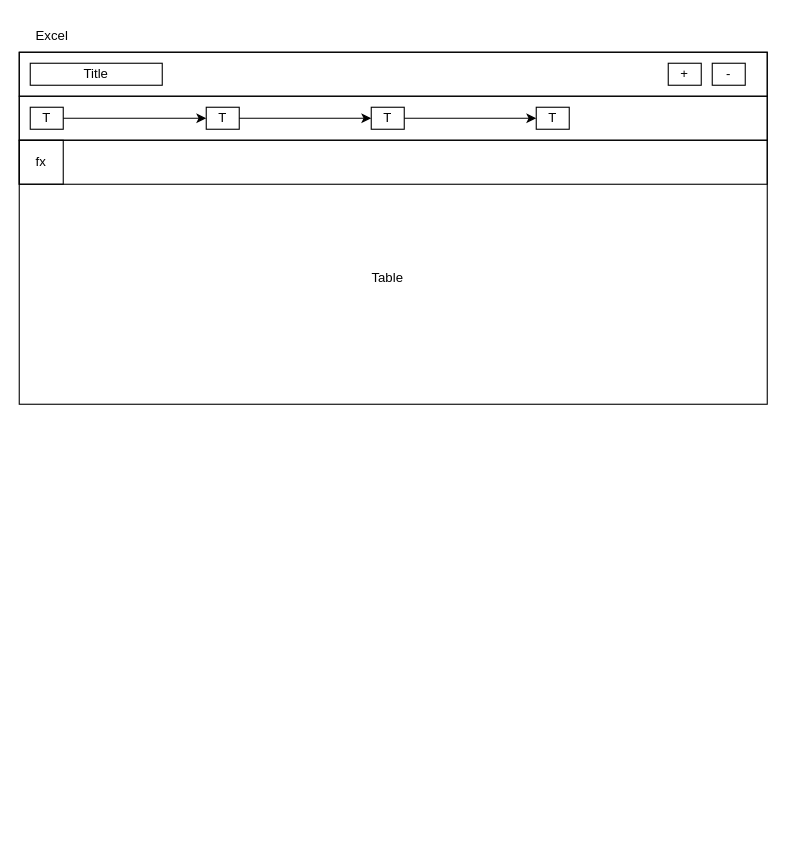
Earlier version of the draw.io diagram Untitled Diagram.drawio (handreasyan/excel-project). Source tidied: cells renumbered, new cells numbered last; positions are measured from the earlier drawing's top-left corner, leaving out a move shared by most shapes. Both pictures are drawn from the tidied source at 110%, with x=0, y=0 at pixel (19, 19).
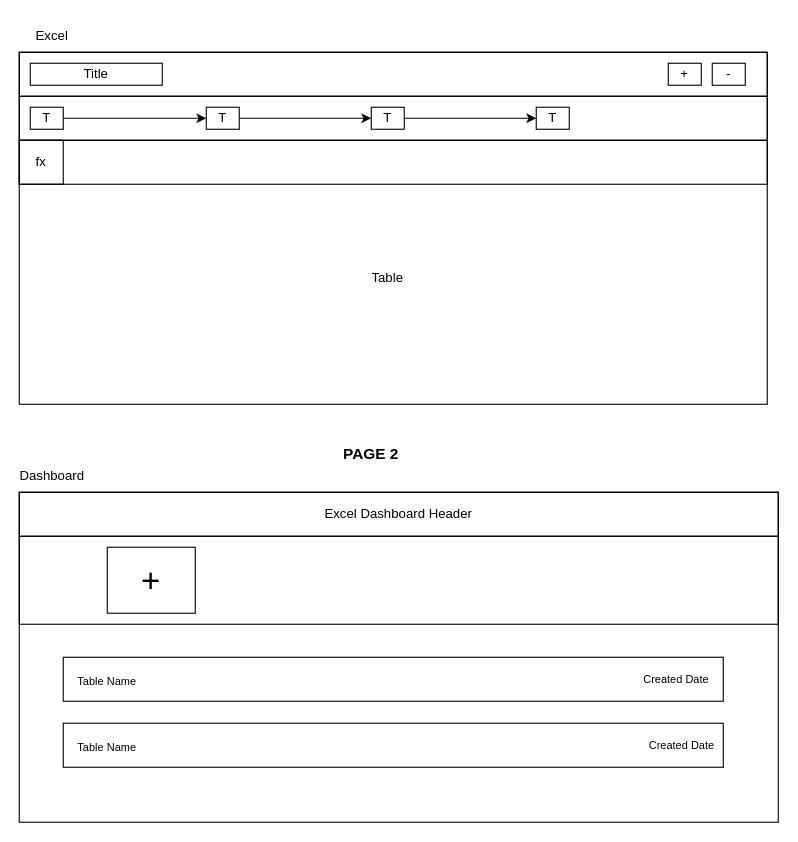
Above is the later version.

What changed in the source:
```diff
@@
+    <mxCell id="19" style="rounded=0;whiteSpace=wrap;html=1;fillColor=none;" parent="1" vertex="1">
+      <mxGeometry y="430" width="690" height="300" as="geometry" />
+    </mxCell>
+    <mxCell id="20" value="&lt;b&gt;&lt;font style=&quot;font-size: 14px&quot;&gt;PAGE 2&lt;br&gt;&lt;/font&gt;&lt;/b&gt;" style="text;html=1;strokeColor=none;fillColor=none;align=center;verticalAlign=middle;whiteSpace=wrap;rounded=0;" parent="1" vertex="1">
+      <mxGeometry x="290" y="380" width="60" height="30" as="geometry" />
+    </mxCell>
+    <mxCell id="21" value="Excel Dashboard Header" style="rounded=0;whiteSpace=wrap;html=1;fillColor=none;" parent="1" vertex="1">
+      <mxGeometry y="430" width="690" height="40" as="geometry" />
+    </mxCell>
+    <mxCell id="22" value="Dashboard" style="text;html=1;strokeColor=none;fillColor=none;align=center;verticalAlign=middle;whiteSpace=wrap;rounded=0;" parent="1" vertex="1">
+      <mxGeometry y="400" width="60" height="30" as="geometry" />
+    </mxCell>
+    <mxCell id="23" style="rounded=0;whiteSpace=wrap;html=1;fillColor=none;" parent="1" vertex="1">
+      <mxGeometry y="470" width="690" height="80" as="geometry" />
+    </mxCell>
+    <mxCell id="24" value="&lt;font style=&quot;font-size: 30px&quot;&gt;+&lt;/font&gt;" style="rounded=0;whiteSpace=wrap;html=1;fillColor=none;" parent="1" vertex="1">
+      <mxGeometry x="80" y="480" width="80" height="60" as="geometry" />
+    </mxCell>
+    <mxCell id="25" style="rounded=0;whiteSpace=wrap;html=1;fontSize=30;fillColor=none;" parent="1" vertex="1">
+      <mxGeometry x="40" y="580" width="600" height="40" as="geometry" />
+    </mxCell>
+    <mxCell id="26" value="&lt;font style=&quot;font-size: 10px&quot;&gt;Table Name&lt;/font&gt;" style="text;html=1;strokeColor=none;fillColor=none;align=center;verticalAlign=middle;whiteSpace=wrap;rounded=0;fontSize=30;" parent="1" vertex="1">
+      <mxGeometry x="50" y="580" width="60" height="30" as="geometry" />
+    </mxCell>
+    <mxCell id="27" value="Created Date" style="text;html=1;strokeColor=none;fillColor=none;align=center;verticalAlign=middle;whiteSpace=wrap;rounded=0;fontSize=10;" parent="1" vertex="1">
+      <mxGeometry x="560" y="585" width="75" height="30" as="geometry" />
+    </mxCell>
+    <mxCell id="28" style="rounded=0;whiteSpace=wrap;html=1;fontSize=30;fillColor=none;" parent="1" vertex="1">
+      <mxGeometry x="40" y="640" width="600" height="40" as="geometry" />
+    </mxCell>
+    <mxCell id="29" value="&lt;font style=&quot;font-size: 10px&quot;&gt;Table Name&lt;/font&gt;" style="text;html=1;strokeColor=none;fillColor=none;align=center;verticalAlign=middle;whiteSpace=wrap;rounded=0;fontSize=30;" parent="1" vertex="1">
+      <mxGeometry x="50" y="640" width="60" height="30" as="geometry" />
+    </mxCell>
+    <mxCell id="30" value="Created Date" style="text;html=1;strokeColor=none;fillColor=none;align=center;verticalAlign=middle;whiteSpace=wrap;rounded=0;fontSize=10;" parent="1" vertex="1">
+      <mxGeometry x="565" y="645" width="75" height="30" as="geometry" />
+    </mxCell>
```
